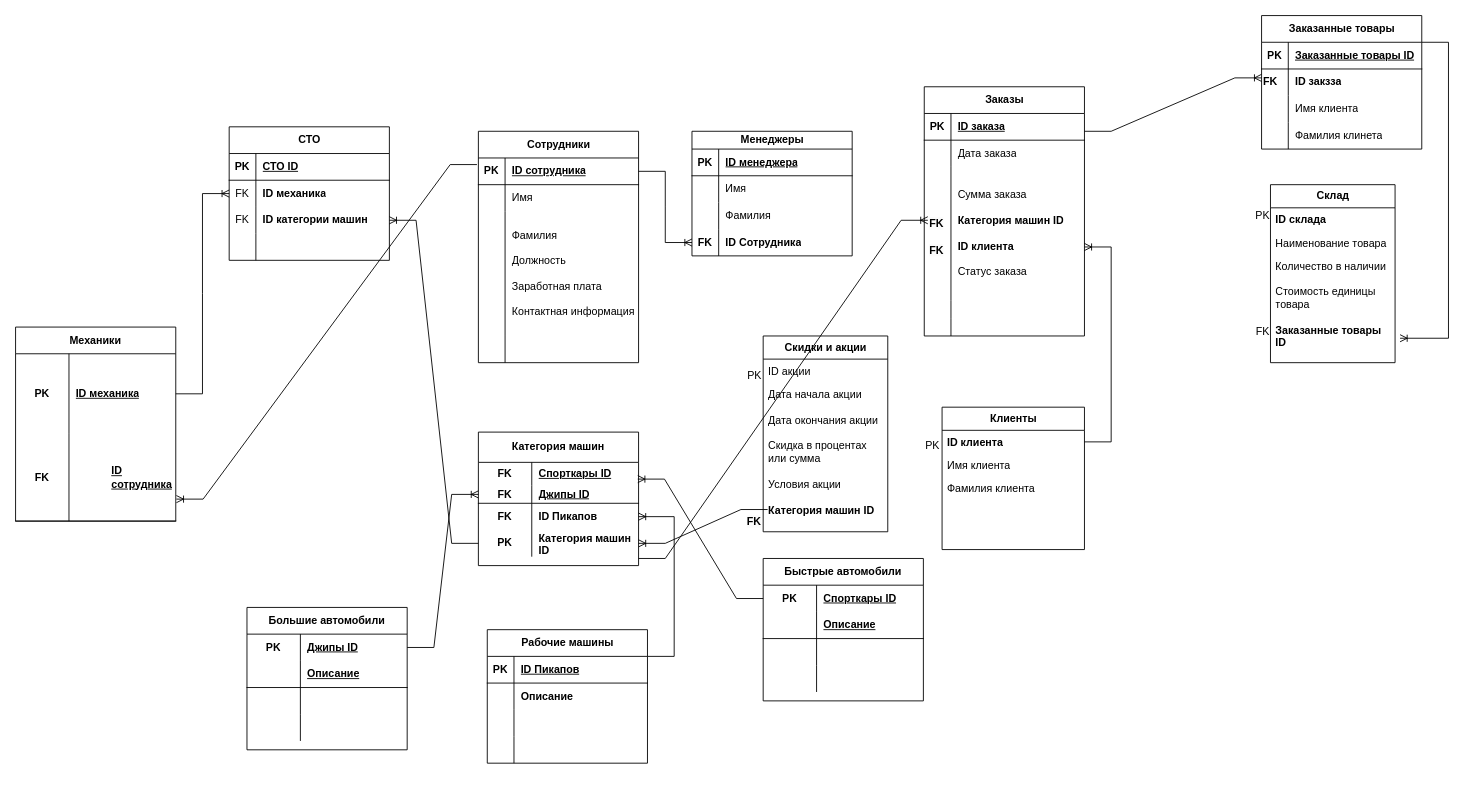
thedids10/Car_Rent_Database keeps this draw.io diagram as nurs and mansur.drawio. Above is the earlier version. Source tidied: cells renumbered, new cells numbered last; positions are measured from the earlier drawing's top-left corner, leaving out a move shared by most shapes. Both pictures are drawn from the tidied source at 89%, with x=0, y=0 at pixel (15, 15).
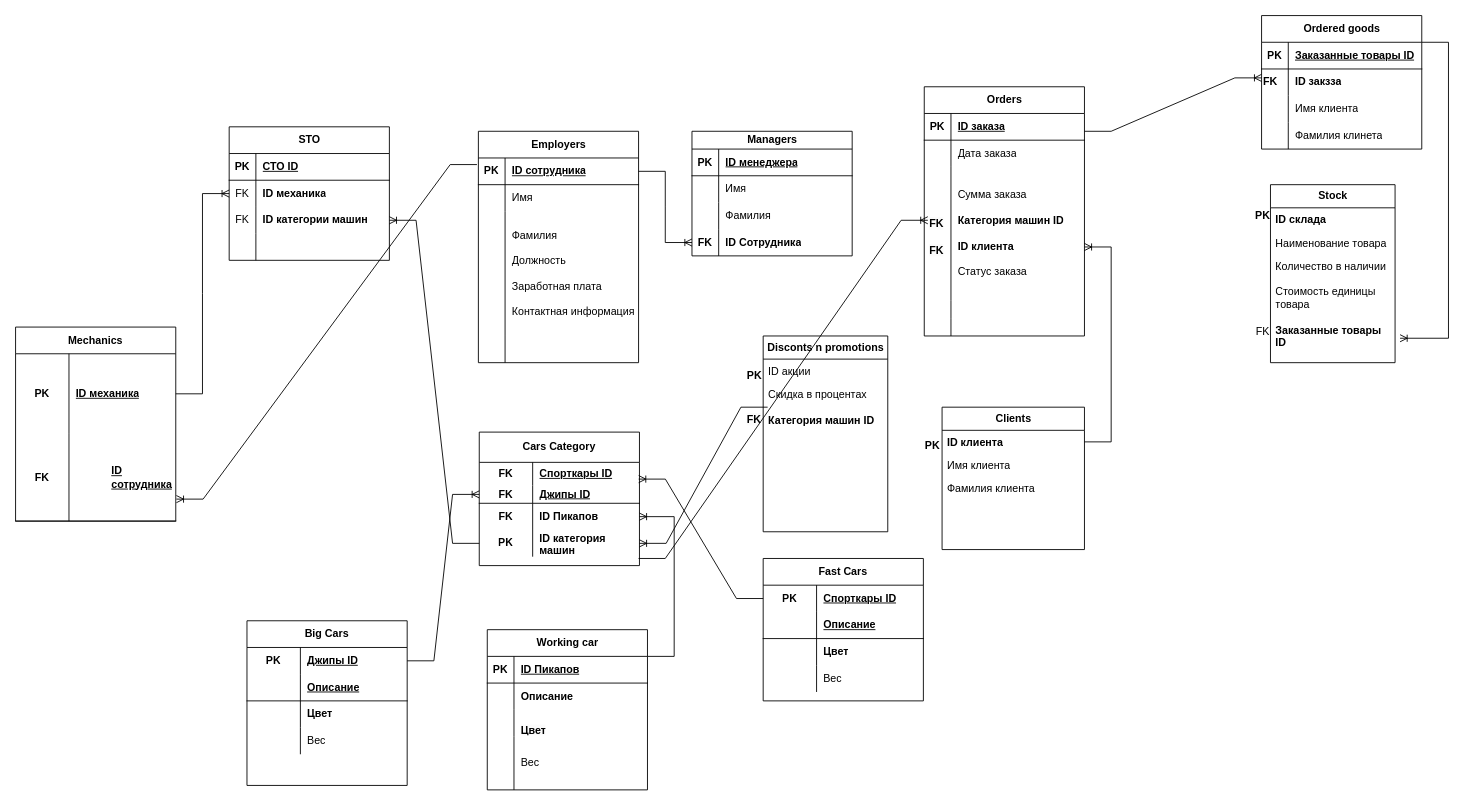
The same page after the edit.

The change refers to these unchanged cells:
```xml
<mxCell id="33" style="shape=tableRow;horizontal=0;startSize=0;swimlaneHead=0;swimlaneBody=0;fillColor=none;top=0;left=0;right=0;bottom=0;" parent="26" vertex="1">
  <mxGeometry y="90" width="180" height="30" as="geometry" />
</mxCell>
<mxCell id="49" style="shape=tableRow;horizontal=0;startSize=0;swimlaneHead=0;swimlaneBody=0;fillColor=none;points=[[0,0.5],[1,0.5]];portConstraint=eastwest;top=0;left=0;right=0;bottom=0;html=1;" parent="39" vertex="1">
  <mxGeometry y="110" width="180" height="30" as="geometry" />
</mxCell>
<mxCell id="66" style="shape=tableRow;horizontal=0;startSize=0;swimlaneHead=0;swimlaneBody=0;fillColor=none;top=0;left=0;right=0;bottom=0;html=1;" parent="59" vertex="1">
  <mxGeometry y="90" width="180" height="30" as="geometry" />
</mxCell>
<mxCell id="69" style="shape=tableRow;horizontal=0;startSize=0;swimlaneHead=0;swimlaneBody=0;fillColor=none;top=0;left=0;right=0;bottom=0;html=1;" parent="59" vertex="1">
  <mxGeometry y="120" width="180" height="30" as="geometry" />
</mxCell>
<mxCell id="79" style="shape=tableRow;horizontal=0;startSize=0;swimlaneHead=0;swimlaneBody=0;fillColor=none;top=0;left=0;right=0;bottom=0;html=1;" parent="72" vertex="1">
  <mxGeometry y="90" width="180" height="30" as="geometry" />
</mxCell>
<mxCell id="82" style="shape=tableRow;horizontal=0;startSize=0;swimlaneHead=0;swimlaneBody=0;fillColor=none;top=0;left=0;right=0;bottom=0;html=1;" parent="72" vertex="1">
  <mxGeometry y="120" width="180" height="30" as="geometry" />
</mxCell>
```

The edit, as a diff of the source:
```diff
@@
-    <mxCell id="2" value="&lt;b&gt;Клиенты&lt;/b&gt;" style="swimlane;fontStyle=0;horizontal=1;startSize=26;fillColor=none;html=1;" parent="1" vertex="1">
+    <mxCell id="2" value="&lt;b&gt;Clients&lt;/b&gt;" style="swimlane;fontStyle=0;horizontal=1;startSize=26;fillColor=none;html=1;" parent="1" vertex="1">
       <mxGeometry x="1041" y="440" width="160" height="160" as="geometry" />
     </mxCell>
@@
-    <mxCell id="6" value="&lt;b&gt;Склад&lt;/b&gt;" style="swimlane;fontStyle=0;horizontal=1;startSize=26;fillColor=none;html=1;" parent="1" vertex="1">
+    <mxCell id="6" value="&lt;b&gt;Stock&lt;/b&gt;" style="swimlane;fontStyle=0;horizontal=1;startSize=26;fillColor=none;html=1;" parent="1" vertex="1">
       <mxGeometry x="1410" y="190" width="140" height="200" as="geometry" />
     </mxCell>
@@
-    <mxCell id="10" value="&lt;b&gt;Скидки и акции&lt;/b&gt;" style="swimlane;fontStyle=0;horizontal=1;startSize=26;fillColor=none;html=1;" parent="1" vertex="1">
+    <mxCell id="10" value="&lt;b&gt;Disconts n promotions&lt;/b&gt;" style="swimlane;fontStyle=0;horizontal=1;startSize=26;fillColor=none;html=1;" parent="1" vertex="1">
       <mxGeometry x="840" y="360" width="140" height="220" as="geometry" />
     </mxCell>
@@
-    <mxCell id="12" value="Дата начала акции&lt;br&gt;&lt;br&gt;Дата окончания акции&lt;br&gt;&lt;br&gt;Скидка в процентах или сумма&lt;br&gt;&lt;br&gt;Условия акции&lt;br&gt;&lt;br&gt;&lt;b&gt;Категория машин ID&lt;/b&gt;" style="text;strokeColor=none;fillColor=none;align=left;verticalAlign=top;spacingLeft=4;spacingRight=4;overflow=hidden;whiteSpace=wrap;html=1;" parent="10" vertex="1">
+    <mxCell id="12" value="Скидка в процентах&amp;nbsp;&lt;br&gt;&lt;br&gt;&lt;b&gt;Категория машин ID&lt;/b&gt;" style="text;strokeColor=none;fillColor=none;align=left;verticalAlign=top;spacingLeft=4;spacingRight=4;overflow=hidden;whiteSpace=wrap;html=1;" parent="10" vertex="1">
       <mxGeometry y="52" width="140" height="168" as="geometry" />
     </mxCell>
-    <mxCell id="13" value="Сотрудники" style="shape=table;startSize=30;childLayout=tableLayout;rowLines=0;fontStyle=1;align=center;html=1;" parent="1" vertex="1">
+    <mxCell id="13" value="Employers" style="shape=table;startSize=30;childLayout=tableLayout;rowLines=0;fontStyle=1;align=center;html=1;" parent="1" vertex="1">
       <mxGeometry x="520" y="130" width="180" height="260" as="geometry" />
     </mxCell>
@@
-    <mxCell id="26" value="Рабочие машины" style="shape=table;startSize=30;childLayout=tableLayout;rowLines=0;fontStyle=1;align=center;html=1;" parent="1" vertex="1">
-      <mxGeometry x="530" y="690" width="180" height="150" as="geometry" />
+    <mxCell id="26" value="Working car" style="shape=table;startSize=30;childLayout=tableLayout;rowLines=0;fontStyle=1;align=center;html=1;" parent="1" vertex="1">
+      <mxGeometry x="530" y="690" width="180" height="180" as="geometry" />
     </mxCell>
@@
-    <mxCell id="35" style="shape=partialRectangle;fillColor=none;top=0;left=0;bottom=0;right=0;align=left;spacingLeft=6;overflow=hidden;whiteSpace=wrap;html=1;" parent="33" vertex="1">
+    <mxCell id="35" value="&#10;&lt;b style=&quot;border-color: var(--border-color); color: rgb(0, 0, 0); font-family: Helvetica; font-size: 12px; font-style: normal; font-variant-ligatures: normal; font-variant-caps: normal; letter-spacing: normal; orphans: 2; text-align: left; text-indent: 0px; text-transform: none; widows: 2; word-spacing: 0px; -webkit-text-stroke-width: 0px; background-color: rgb(251, 251, 251); text-decoration-thickness: initial; text-decoration-style: initial; text-decoration-color: initial;&quot;&gt;Цвет&lt;/b&gt;&#10;&#10;" style="shape=partialRectangle;fillColor=none;top=0;left=0;bottom=0;right=0;align=left;spacingLeft=6;overflow=hidden;whiteSpace=wrap;html=1;" parent="33" vertex="1">
       <mxGeometry x="30" width="150" height="30" as="geometry" />
     </mxCell>
     <mxCell id="36" style="shape=tableRow;horizontal=0;startSize=0;swimlaneHead=0;swimlaneBody=0;fillColor=none;top=0;left=0;right=0;bottom=0;" parent="26" vertex="1">
-      <mxGeometry y="120" width="180" height="30" as="geometry" />
+      <mxGeometry y="120" width="180" height="60" as="geometry" />
     </mxCell>
     <mxCell id="37" style="shape=partialRectangle;fillColor=none;top=0;left=0;bottom=0;right=0;overflow=hidden;whiteSpace=wrap;html=1;" parent="36" vertex="1">
-      <mxGeometry width="30" height="30" as="geometry" />
+      <mxGeometry width="30" height="60" as="geometry" />
     </mxCell>
-    <mxCell id="38" style="shape=partialRectangle;fillColor=none;top=0;left=0;bottom=0;right=0;align=left;spacingLeft=6;overflow=hidden;whiteSpace=wrap;html=1;" parent="36" vertex="1">
-      <mxGeometry x="30" width="150" height="30" as="geometry" />
+    <mxCell id="38" value="Вес" style="shape=partialRectangle;fillColor=none;top=0;left=0;bottom=0;right=0;align=left;spacingLeft=6;overflow=hidden;whiteSpace=wrap;html=1;" parent="36" vertex="1">
+      <mxGeometry x="30" width="150" height="60" as="geometry" />
     </mxCell>
-    <mxCell id="39" value="Категория машин" style="shape=table;startSize=34;childLayout=tableLayout;rowLines=0;fontStyle=1;align=center;html=1;whiteSpace=wrap;" parent="1" vertex="1">
-      <mxGeometry x="520" y="468" width="180" height="150" as="geometry" />
+    <mxCell id="39" value="Cars Category" style="shape=table;startSize=34;childLayout=tableLayout;rowLines=0;fontStyle=1;align=center;html=1;whiteSpace=wrap;" parent="1" vertex="1">
+      <mxGeometry x="521" y="468" width="180" height="150" as="geometry" />
     </mxCell>
@@
-    <mxCell id="51" value="&lt;b&gt;Категория машин ID&lt;/b&gt;" style="shape=partialRectangle;fillColor=none;top=0;left=0;bottom=0;right=0;align=left;spacingLeft=6;overflow=hidden;html=1;whiteSpace=wrap;" parent="49" vertex="1">
+    <mxCell id="51" value="&lt;b&gt;ID категория машин&lt;/b&gt;" style="shape=partialRectangle;fillColor=none;top=0;left=0;bottom=0;right=0;align=left;spacingLeft=6;overflow=hidden;html=1;whiteSpace=wrap;" parent="49" vertex="1">
       <mxGeometry x="60" width="120" height="30" as="geometry" />
     </mxCell>
-    <mxCell id="52" value="Механики" style="shape=table;startSize=30;childLayout=tableLayout;rowLines=0;fontStyle=1;align=center;html=1;whiteSpace=wrap;" parent="1" vertex="1">
+    <mxCell id="52" value="Mechanics" style="shape=table;startSize=30;childLayout=tableLayout;rowLines=0;fontStyle=1;align=center;html=1;whiteSpace=wrap;" parent="1" vertex="1">
       <mxGeometry y="350" width="180" height="218" as="geometry" />
     </mxCell>
@@
-    <mxCell id="59" value="Быстрые автомобили" style="shape=table;startSize=30;childLayout=tableLayout;rowLines=0;fontStyle=1;align=center;html=1;whiteSpace=wrap;" parent="1" vertex="1">
+    <mxCell id="59" value="Fast Cars" style="shape=table;startSize=30;childLayout=tableLayout;rowLines=0;fontStyle=1;align=center;html=1;whiteSpace=wrap;" parent="1" vertex="1">
       <mxGeometry x="840" y="610" width="180" height="160" as="geometry" />
     </mxCell>
@@
-    <mxCell id="68" style="shape=partialRectangle;fillColor=none;top=0;left=0;bottom=0;right=0;align=left;spacingLeft=6;overflow=hidden;html=1;whiteSpace=wrap;" parent="66" vertex="1">
+    <mxCell id="68" value="&lt;b style=&quot;border-color: var(--border-color);&quot;&gt;Цвет&lt;/b&gt;" style="shape=partialRectangle;fillColor=none;top=0;left=0;bottom=0;right=0;align=left;spacingLeft=6;overflow=hidden;html=1;whiteSpace=wrap;" parent="66" vertex="1">
       <mxGeometry x="60" width="120" height="30" as="geometry" />
     </mxCell>
@@
-    <mxCell id="71" style="shape=partialRectangle;fillColor=none;top=0;left=0;bottom=0;right=0;align=left;spacingLeft=6;overflow=hidden;html=1;whiteSpace=wrap;" parent="69" vertex="1">
+    <mxCell id="71" value="Вес" style="shape=partialRectangle;fillColor=none;top=0;left=0;bottom=0;right=0;align=left;spacingLeft=6;overflow=hidden;html=1;whiteSpace=wrap;" parent="69" vertex="1">
       <mxGeometry x="60" width="120" height="30" as="geometry" />
     </mxCell>
-    <mxCell id="72" value="Большие автомобили" style="shape=table;startSize=30;childLayout=tableLayout;rowLines=0;fontStyle=1;align=center;html=1;whiteSpace=wrap;" parent="1" vertex="1">
-      <mxGeometry x="260" y="665" width="180" height="160" as="geometry" />
+    <mxCell id="72" value="Big Cars" style="shape=table;startSize=30;childLayout=tableLayout;rowLines=0;fontStyle=1;align=center;html=1;whiteSpace=wrap;" parent="1" vertex="1">
+      <mxGeometry x="260" y="680" width="180" height="185" as="geometry" />
     </mxCell>
@@
-    <mxCell id="81" style="shape=partialRectangle;fillColor=none;top=0;left=0;bottom=0;right=0;align=left;spacingLeft=6;overflow=hidden;html=1;whiteSpace=wrap;" parent="79" vertex="1">
+    <mxCell id="81" value="&lt;b&gt;Цвет&lt;/b&gt;" style="shape=partialRectangle;fillColor=none;top=0;left=0;bottom=0;right=0;align=left;spacingLeft=6;overflow=hidden;html=1;whiteSpace=wrap;" parent="79" vertex="1">
       <mxGeometry x="60" width="120" height="30" as="geometry" />
     </mxCell>
@@
-    <mxCell id="84" style="shape=partialRectangle;fillColor=none;top=0;left=0;bottom=0;right=0;align=left;spacingLeft=6;overflow=hidden;html=1;whiteSpace=wrap;" parent="82" vertex="1">
+    <mxCell id="84" value="Вес" style="shape=partialRectangle;fillColor=none;top=0;left=0;bottom=0;right=0;align=left;spacingLeft=6;overflow=hidden;html=1;whiteSpace=wrap;" parent="82" vertex="1">
       <mxGeometry x="60" width="120" height="30" as="geometry" />
     </mxCell>
-    <mxCell id="85" value="Менеджеры" style="shape=table;startSize=20;childLayout=tableLayout;rowLines=0;fontStyle=1;align=center;html=1;" parent="1" vertex="1">
+    <mxCell id="85" value="Managers" style="shape=table;startSize=20;childLayout=tableLayout;rowLines=0;fontStyle=1;align=center;html=1;" parent="1" vertex="1">
       <mxGeometry x="760" y="130" width="180" height="140" as="geometry" />
     </mxCell>
@@
-    <mxCell id="98" value="Заказы" style="shape=table;startSize=30;childLayout=tableLayout;rowLines=0;fontStyle=1;align=center;html=1;" parent="1" vertex="1">
+    <mxCell id="98" value="Orders" style="shape=table;startSize=30;childLayout=tableLayout;rowLines=0;fontStyle=1;align=center;html=1;" parent="1" vertex="1">
       <mxGeometry x="1021" y="80" width="180" height="280" as="geometry" />
     </mxCell>
@@
-    <mxCell id="114" value="PK" style="text;html=1;align=center;verticalAlign=middle;strokeColor=none;fillColor=none;" parent="1" vertex="1">
+    <mxCell id="114" value="&lt;b&gt;PK&lt;/b&gt;" style="text;html=1;align=center;verticalAlign=middle;strokeColor=none;fillColor=none;" parent="1" vertex="1">
       <mxGeometry x="1010" y="468" width="40" height="30" as="geometry" />
     </mxCell>
-    <mxCell id="115" value="PK" style="text;html=1;align=center;verticalAlign=middle;strokeColor=none;fillColor=none;" parent="1" vertex="1">
+    <mxCell id="115" value="&lt;b&gt;PK&lt;/b&gt;" style="text;html=1;align=center;verticalAlign=middle;strokeColor=none;fillColor=none;" parent="1" vertex="1">
       <mxGeometry x="810" y="390" width="40" height="30" as="geometry" />
     </mxCell>
-    <mxCell id="116" value="PK" style="text;html=1;align=center;verticalAlign=middle;strokeColor=none;fillColor=none;" parent="1" vertex="1">
+    <mxCell id="116" value="&lt;b&gt;PK&lt;/b&gt;" style="text;html=1;align=center;verticalAlign=middle;strokeColor=none;fillColor=none;" parent="1" vertex="1">
       <mxGeometry x="1381" y="210" width="40" height="30" as="geometry" />
     </mxCell>
     <mxCell id="117" value="&lt;span style=&quot;color: rgb(0, 0, 0); font-family: Helvetica; font-size: 12px; font-style: normal; font-variant-ligatures: normal; font-variant-caps: normal; font-weight: 700; letter-spacing: normal; orphans: 2; text-align: center; text-indent: 0px; text-transform: none; widows: 2; word-spacing: 0px; -webkit-text-stroke-width: 0px; background-color: rgb(251, 251, 251); text-decoration-thickness: initial; text-decoration-style: initial; text-decoration-color: initial; float: none; display: inline !important;&quot;&gt;FK&lt;/span&gt;" style="text;whiteSpace=wrap;html=1;" parent="1" vertex="1">
-      <mxGeometry x="820" y="555" width="50" height="40" as="geometry" />
+      <mxGeometry x="820" y="440" width="50" height="40" as="geometry" />
     </mxCell>
@@
-    <mxCell id="123" value="СТО" style="shape=table;startSize=30;childLayout=tableLayout;rowLines=0;fontStyle=1;align=center;html=1;" parent="1" vertex="1">
+    <mxCell id="123" value="STO" style="shape=table;startSize=30;childLayout=tableLayout;rowLines=0;fontStyle=1;align=center;html=1;" parent="1" vertex="1">
       <mxGeometry x="240" y="125" width="180" height="150" as="geometry" />
     </mxCell>
@@
-    <mxCell id="139" value="Заказанные товары" style="shape=table;startSize=30;childLayout=tableLayout;rowLines=0;fontStyle=1;align=center;html=1;" parent="1" vertex="1">
+    <mxCell id="139" value="Ordered goods" style="shape=table;startSize=30;childLayout=tableLayout;rowLines=0;fontStyle=1;align=center;html=1;" parent="1" vertex="1">
       <mxGeometry x="1400" width="180" height="150" as="geometry" />
     </mxCell>
```
